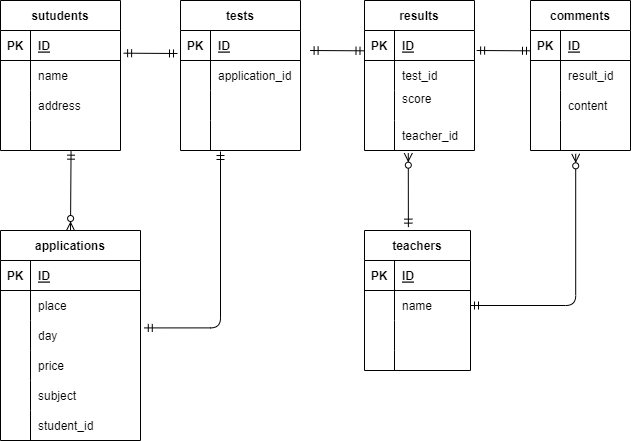
Above: 20220530tomita/ensyuu.drawio.png in tomita-dotcom/database (draw.io), before the change. Source tidied: cells renumbered, new cells last; positions are measured from the earlier drawing's top-left corner, leaving out a move shared by most shapes. Its diagram source:
```xml
<mxGraphModel>
  <root>
    <mxCell id="0" />
    <mxCell id="1" parent="0" />
    <mxCell id="2" value="sutudents" style="shape=table;startSize=30;rowLines=0;fontStyle=1;align=center;" parent="1" vertex="1">
      <mxGeometry width="120" height="150" as="geometry" />
    </mxCell>
    <mxCell id="3" style="shape=partialRectangle;fillColor=none;top=0;left=0;bottom=1;right=0;points=[[0,0.5],[1,0.5]];portConstraint=eastwest;" parent="2" vertex="1">
      <mxGeometry y="30" width="120" height="30" as="geometry" />
    </mxCell>
    <mxCell id="4" value="PK" style="shape=partialRectangle;fillColor=none;top=0;left=0;bottom=0;right=0;fontStyle=1;overflow=hidden;" parent="3" vertex="1">
      <mxGeometry width="30" height="30" as="geometry" />
    </mxCell>
    <mxCell id="5" value="ID" style="shape=partialRectangle;fillColor=none;top=0;left=0;bottom=0;right=0;align=left;spacingLeft=6;fontStyle=5;overflow=hidden;" parent="3" vertex="1">
      <mxGeometry x="30" width="90" height="30" as="geometry" />
    </mxCell>
    <mxCell id="6" style="shape=partialRectangle;fillColor=none;top=0;left=0;bottom=0;right=0;" parent="2" vertex="1">
      <mxGeometry y="60" width="120" height="30" as="geometry" />
    </mxCell>
    <mxCell id="7" style="shape=partialRectangle;fillColor=none;top=0;left=0;bottom=0;right=0;overflow=hidden;" parent="6" vertex="1">
      <mxGeometry width="30" height="30" as="geometry" />
    </mxCell>
    <mxCell id="8" value="name" style="shape=partialRectangle;fillColor=none;top=0;left=0;bottom=0;right=0;align=left;spacingLeft=6;overflow=hidden;" parent="6" vertex="1">
      <mxGeometry x="30" width="90" height="30" as="geometry" />
    </mxCell>
    <mxCell id="9" style="shape=partialRectangle;fillColor=none;top=0;left=0;bottom=0;right=0;" parent="2" vertex="1">
      <mxGeometry y="90" width="120" height="30" as="geometry" />
    </mxCell>
    <mxCell id="10" style="shape=partialRectangle;fillColor=none;top=0;left=0;bottom=0;right=0;overflow=hidden;" parent="9" vertex="1">
      <mxGeometry width="30" height="30" as="geometry" />
    </mxCell>
    <mxCell id="11" value="address" style="shape=partialRectangle;fillColor=none;top=0;left=0;bottom=0;right=0;align=left;spacingLeft=6;overflow=hidden;" parent="9" vertex="1">
      <mxGeometry x="30" width="90" height="30" as="geometry" />
    </mxCell>
    <mxCell id="12" style="shape=partialRectangle;fillColor=none;top=0;left=0;bottom=0;right=0;points=[[0,0.5],[1,0.5]];portConstraint=eastwest;" parent="2" vertex="1">
      <mxGeometry y="120" width="120" height="30" as="geometry" />
    </mxCell>
    <mxCell id="13" style="shape=partialRectangle;fillColor=none;top=0;left=0;bottom=0;right=0;overflow=hidden;" parent="12" vertex="1">
      <mxGeometry width="30" height="30" as="geometry" />
    </mxCell>
    <mxCell id="14" style="shape=partialRectangle;fillColor=none;top=0;left=0;bottom=0;right=0;align=left;spacingLeft=6;overflow=hidden;" parent="12" vertex="1">
      <mxGeometry x="30" width="90" height="30" as="geometry" />
    </mxCell>
    <mxCell id="15" value="tests" style="shape=table;startSize=30;rowLines=0;fontStyle=1;align=center;" parent="1" vertex="1">
      <mxGeometry x="180" width="120" height="150" as="geometry" />
    </mxCell>
    <mxCell id="16" style="shape=partialRectangle;fillColor=none;top=0;left=0;bottom=1;right=0;" parent="15" vertex="1">
      <mxGeometry y="30" width="120" height="30" as="geometry" />
    </mxCell>
    <mxCell id="17" value="PK" style="shape=partialRectangle;fillColor=none;top=0;left=0;bottom=0;right=0;fontStyle=1;overflow=hidden;" parent="16" vertex="1">
      <mxGeometry width="30" height="30" as="geometry" />
    </mxCell>
    <mxCell id="18" value="ID" style="shape=partialRectangle;fillColor=none;top=0;left=0;bottom=0;right=0;align=left;spacingLeft=6;fontStyle=5;overflow=hidden;" parent="16" vertex="1">
      <mxGeometry x="30" width="90" height="30" as="geometry" />
    </mxCell>
    <mxCell id="19" style="shape=partialRectangle;fillColor=none;top=0;left=0;bottom=0;right=0;" parent="15" vertex="1">
      <mxGeometry y="60" width="120" height="30" as="geometry" />
    </mxCell>
    <mxCell id="20" style="shape=partialRectangle;fillColor=none;top=0;left=0;bottom=0;right=0;overflow=hidden;" parent="19" vertex="1">
      <mxGeometry width="30" height="30" as="geometry" />
    </mxCell>
    <mxCell id="21" value="application_id" style="shape=partialRectangle;fillColor=none;top=0;left=0;bottom=0;right=0;align=left;spacingLeft=6;overflow=hidden;" parent="19" vertex="1">
      <mxGeometry x="30" width="90" height="30" as="geometry" />
    </mxCell>
    <mxCell id="22" style="shape=partialRectangle;fillColor=none;top=0;left=0;bottom=0;right=0;" parent="15" vertex="1">
      <mxGeometry y="90" width="120" height="30" as="geometry" />
    </mxCell>
    <mxCell id="23" style="shape=partialRectangle;fillColor=none;top=0;left=0;bottom=0;right=0;overflow=hidden;" parent="22" vertex="1">
      <mxGeometry width="30" height="30" as="geometry" />
    </mxCell>
    <mxCell id="24" style="shape=partialRectangle;fillColor=none;top=0;left=0;bottom=0;right=0;align=left;spacingLeft=6;overflow=hidden;" parent="22" vertex="1">
      <mxGeometry x="30" width="90" height="30" as="geometry" />
    </mxCell>
    <mxCell id="25" style="shape=partialRectangle;fillColor=none;top=0;left=0;bottom=0;right=0;" parent="15" vertex="1">
      <mxGeometry y="120" width="120" height="30" as="geometry" />
    </mxCell>
    <mxCell id="26" style="shape=partialRectangle;fillColor=none;top=0;left=0;bottom=0;right=0;overflow=hidden;" parent="25" vertex="1">
      <mxGeometry width="30" height="30" as="geometry" />
    </mxCell>
    <mxCell id="27" style="shape=partialRectangle;fillColor=none;top=0;left=0;bottom=0;right=0;align=left;spacingLeft=6;overflow=hidden;" parent="25" vertex="1">
      <mxGeometry x="30" width="90" height="30" as="geometry" />
    </mxCell>
    <mxCell id="28" value="results" style="shape=table;startSize=30;rowLines=0;fontStyle=1;align=center;" parent="1" vertex="1">
      <mxGeometry x="364" width="110" height="150" as="geometry" />
    </mxCell>
    <mxCell id="29" style="shape=partialRectangle;fillColor=none;top=0;left=0;bottom=1;right=0;" parent="28" vertex="1">
      <mxGeometry y="30" width="110" height="30" as="geometry" />
    </mxCell>
    <mxCell id="30" value="PK" style="shape=partialRectangle;fillColor=none;top=0;left=0;bottom=0;right=0;fontStyle=1;overflow=hidden;" parent="29" vertex="1">
      <mxGeometry width="30" height="30" as="geometry" />
    </mxCell>
    <mxCell id="31" value="ID" style="shape=partialRectangle;fillColor=none;top=0;left=0;bottom=0;right=0;align=left;spacingLeft=6;fontStyle=5;overflow=hidden;" parent="29" vertex="1">
      <mxGeometry x="30" width="80" height="30" as="geometry" />
    </mxCell>
    <mxCell id="32" style="shape=partialRectangle;fillColor=none;top=0;left=0;bottom=0;right=0;" parent="28" vertex="1">
      <mxGeometry y="60" width="110" height="30" as="geometry" />
    </mxCell>
    <mxCell id="33" style="shape=partialRectangle;fillColor=none;top=0;left=0;bottom=0;right=0;overflow=hidden;" parent="32" vertex="1">
      <mxGeometry width="30" height="30" as="geometry" />
    </mxCell>
    <mxCell id="34" value="test_id" style="shape=partialRectangle;fillColor=none;top=0;left=0;bottom=0;right=0;align=left;spacingLeft=6;overflow=hidden;" parent="32" vertex="1">
      <mxGeometry x="30" width="80" height="30" as="geometry" />
    </mxCell>
    <mxCell id="35" style="shape=partialRectangle;fillColor=none;top=0;left=0;bottom=0;right=0;" parent="28" vertex="1">
      <mxGeometry y="90" width="110" height="30" as="geometry" />
    </mxCell>
    <mxCell id="36" style="shape=partialRectangle;fillColor=none;top=0;left=0;bottom=0;right=0;overflow=hidden;" parent="35" vertex="1">
      <mxGeometry width="30" height="30" as="geometry" />
    </mxCell>
    <mxCell id="37" value="score&#10;" style="shape=partialRectangle;fillColor=none;top=0;left=0;bottom=0;right=0;align=left;spacingLeft=6;overflow=hidden;" parent="35" vertex="1">
      <mxGeometry x="30" width="80" height="30" as="geometry" />
    </mxCell>
    <mxCell id="38" style="shape=partialRectangle;fillColor=none;top=0;left=0;bottom=0;right=0;points=[[0,0.5],[1,0.5]];portConstraint=eastwest;" parent="28" vertex="1">
      <mxGeometry y="120" width="110" height="30" as="geometry" />
    </mxCell>
    <mxCell id="39" style="shape=partialRectangle;fillColor=none;top=0;left=0;bottom=0;right=0;overflow=hidden;" parent="38" vertex="1">
      <mxGeometry width="30" height="30" as="geometry" />
    </mxCell>
    <mxCell id="40" value="teacher_id" style="shape=partialRectangle;fillColor=none;top=0;left=0;bottom=0;right=0;align=left;spacingLeft=6;overflow=hidden;" parent="38" vertex="1">
      <mxGeometry x="30" width="80" height="30" as="geometry" />
    </mxCell>
    <mxCell id="41" value="applications" style="shape=table;startSize=30;rowLines=0;fontStyle=1;align=center;" parent="1" vertex="1">
      <mxGeometry y="230" width="140" height="210" as="geometry" />
    </mxCell>
    <mxCell id="42" style="shape=partialRectangle;fillColor=none;top=0;left=0;bottom=1;right=0;" parent="41" vertex="1">
      <mxGeometry y="30" width="140" height="30" as="geometry" />
    </mxCell>
    <mxCell id="43" value="PK" style="shape=partialRectangle;fillColor=none;top=0;left=0;bottom=0;right=0;fontStyle=1;overflow=hidden;" parent="42" vertex="1">
      <mxGeometry width="30" height="30" as="geometry" />
    </mxCell>
    <mxCell id="44" value="ID" style="shape=partialRectangle;fillColor=none;top=0;left=0;bottom=0;right=0;align=left;spacingLeft=6;fontStyle=5;overflow=hidden;" parent="42" vertex="1">
      <mxGeometry x="30" width="110" height="30" as="geometry" />
    </mxCell>
    <mxCell id="45" style="shape=partialRectangle;fillColor=none;top=0;left=0;bottom=0;right=0;" parent="41" vertex="1">
      <mxGeometry y="60" width="140" height="30" as="geometry" />
    </mxCell>
    <mxCell id="46" style="shape=partialRectangle;fillColor=none;top=0;left=0;bottom=0;right=0;overflow=hidden;" parent="45" vertex="1">
      <mxGeometry width="30" height="30" as="geometry" />
    </mxCell>
    <mxCell id="47" value="place" style="shape=partialRectangle;fillColor=none;top=0;left=0;bottom=0;right=0;align=left;spacingLeft=6;overflow=hidden;" parent="45" vertex="1">
      <mxGeometry x="30" width="110" height="30" as="geometry" />
    </mxCell>
    <mxCell id="48" style="shape=partialRectangle;fillColor=none;top=0;left=0;bottom=0;right=0;points=[[0,0.5],[1,0.5]];portConstraint=eastwest;" parent="41" vertex="1">
      <mxGeometry y="90" width="140" height="30" as="geometry" />
    </mxCell>
    <mxCell id="49" style="shape=partialRectangle;fillColor=none;top=0;left=0;bottom=0;right=0;overflow=hidden;" parent="48" vertex="1">
      <mxGeometry width="30" height="30" as="geometry" />
    </mxCell>
    <mxCell id="50" value="day" style="shape=partialRectangle;fillColor=none;top=0;left=0;bottom=0;right=0;align=left;spacingLeft=6;overflow=hidden;" parent="48" vertex="1">
      <mxGeometry x="30" width="110" height="30" as="geometry" />
    </mxCell>
    <mxCell id="51" style="shape=partialRectangle;fillColor=none;top=0;left=0;bottom=0;right=0;" parent="41" vertex="1">
      <mxGeometry y="120" width="140" height="30" as="geometry" />
    </mxCell>
    <mxCell id="52" style="shape=partialRectangle;fillColor=none;top=0;left=0;bottom=0;right=0;overflow=hidden;" parent="51" vertex="1">
      <mxGeometry width="30" height="30" as="geometry" />
    </mxCell>
    <mxCell id="53" value="price" style="shape=partialRectangle;fillColor=none;top=0;left=0;bottom=0;right=0;align=left;spacingLeft=6;overflow=hidden;" parent="51" vertex="1">
      <mxGeometry x="30" width="110" height="30" as="geometry" />
    </mxCell>
    <mxCell id="54" style="shape=partialRectangle;fillColor=none;top=0;left=0;bottom=0;right=0;" parent="41" vertex="1">
      <mxGeometry y="150" width="140" height="30" as="geometry" />
    </mxCell>
    <mxCell id="55" style="shape=partialRectangle;fillColor=none;top=0;left=0;bottom=0;right=0;overflow=hidden;" parent="54" vertex="1">
      <mxGeometry width="30" height="30" as="geometry" />
    </mxCell>
    <mxCell id="56" value="subject" style="shape=partialRectangle;fillColor=none;top=0;left=0;bottom=0;right=0;align=left;spacingLeft=6;overflow=hidden;" parent="54" vertex="1">
      <mxGeometry x="30" width="110" height="30" as="geometry" />
    </mxCell>
    <mxCell id="57" style="shape=partialRectangle;fillColor=none;top=0;left=0;bottom=0;right=0;" parent="41" vertex="1">
      <mxGeometry y="180" width="140" height="30" as="geometry" />
    </mxCell>
    <mxCell id="58" style="shape=partialRectangle;fillColor=none;top=0;left=0;bottom=0;right=0;overflow=hidden;" parent="57" vertex="1">
      <mxGeometry width="30" height="30" as="geometry" />
    </mxCell>
    <mxCell id="59" value="student_id" style="shape=partialRectangle;fillColor=none;top=0;left=0;bottom=0;right=0;align=left;spacingLeft=6;overflow=hidden;" parent="57" vertex="1">
      <mxGeometry x="30" width="110" height="30" as="geometry" />
    </mxCell>
    <mxCell id="60" value="comments" style="shape=table;startSize=30;rowLines=0;fontStyle=1;align=center;" parent="1" vertex="1">
      <mxGeometry x="530" width="100" height="150" as="geometry" />
    </mxCell>
    <mxCell id="61" style="shape=partialRectangle;fillColor=none;top=0;left=0;bottom=1;right=0;" parent="60" vertex="1">
      <mxGeometry y="30" width="100" height="30" as="geometry" />
    </mxCell>
    <mxCell id="62" value="PK" style="shape=partialRectangle;fillColor=none;top=0;left=0;bottom=0;right=0;fontStyle=1;overflow=hidden;" parent="61" vertex="1">
      <mxGeometry width="30" height="30" as="geometry" />
    </mxCell>
    <mxCell id="63" value="ID" style="shape=partialRectangle;fillColor=none;top=0;left=0;bottom=0;right=0;align=left;spacingLeft=6;fontStyle=5;overflow=hidden;" parent="61" vertex="1">
      <mxGeometry x="30" width="70" height="30" as="geometry" />
    </mxCell>
    <mxCell id="64" style="shape=partialRectangle;fillColor=none;top=0;left=0;bottom=0;right=0;" parent="60" vertex="1">
      <mxGeometry y="60" width="100" height="30" as="geometry" />
    </mxCell>
    <mxCell id="65" style="shape=partialRectangle;fillColor=none;top=0;left=0;bottom=0;right=0;overflow=hidden;" parent="64" vertex="1">
      <mxGeometry width="30" height="30" as="geometry" />
    </mxCell>
    <mxCell id="66" value="result_id" style="shape=partialRectangle;fillColor=none;top=0;left=0;bottom=0;right=0;align=left;spacingLeft=6;overflow=hidden;" parent="64" vertex="1">
      <mxGeometry x="30" width="70" height="30" as="geometry" />
    </mxCell>
    <mxCell id="67" style="shape=partialRectangle;fillColor=none;top=0;left=0;bottom=0;right=0;" parent="60" vertex="1">
      <mxGeometry y="90" width="100" height="30" as="geometry" />
    </mxCell>
    <mxCell id="68" style="shape=partialRectangle;fillColor=none;top=0;left=0;bottom=0;right=0;overflow=hidden;" parent="67" vertex="1">
      <mxGeometry width="30" height="30" as="geometry" />
    </mxCell>
    <mxCell id="69" value="content" style="shape=partialRectangle;fillColor=none;top=0;left=0;bottom=0;right=0;align=left;spacingLeft=6;overflow=hidden;" parent="67" vertex="1">
      <mxGeometry x="30" width="70" height="30" as="geometry" />
    </mxCell>
    <mxCell id="70" style="shape=partialRectangle;fillColor=none;top=0;left=0;bottom=0;right=0;points=[[0,0.5],[1,0.5]];portConstraint=eastwest;" parent="60" vertex="1">
      <mxGeometry y="120" width="100" height="30" as="geometry" />
    </mxCell>
    <mxCell id="71" style="shape=partialRectangle;fillColor=none;top=0;left=0;bottom=0;right=0;overflow=hidden;" parent="70" vertex="1">
      <mxGeometry width="30" height="30" as="geometry" />
    </mxCell>
    <mxCell id="72" style="shape=partialRectangle;fillColor=none;top=0;left=0;bottom=0;right=0;align=left;spacingLeft=6;overflow=hidden;" parent="70" vertex="1">
      <mxGeometry x="30" width="70" height="30" as="geometry" />
    </mxCell>
    <mxCell id="73" value="teachers" style="shape=table;startSize=30;rowLines=0;fontStyle=1;align=center;strokeColor=default;" parent="1" vertex="1">
      <mxGeometry x="364" y="230" width="106" height="140" as="geometry" />
    </mxCell>
    <mxCell id="74" style="shape=partialRectangle;fillColor=none;top=0;left=0;bottom=1;right=0;strokeColor=default;" parent="73" vertex="1">
      <mxGeometry y="30" width="106" height="30" as="geometry" />
    </mxCell>
    <mxCell id="75" value="PK" style="shape=partialRectangle;fillColor=none;top=0;left=0;bottom=0;right=0;fontStyle=1;overflow=hidden;strokeColor=default;" parent="74" vertex="1">
      <mxGeometry width="30" height="30" as="geometry" />
    </mxCell>
    <mxCell id="76" value="ID" style="shape=partialRectangle;fillColor=none;top=0;left=0;bottom=0;right=0;align=left;spacingLeft=6;fontStyle=5;overflow=hidden;strokeColor=default;" parent="74" vertex="1">
      <mxGeometry x="30" width="76" height="30" as="geometry" />
    </mxCell>
    <mxCell id="77" style="shape=partialRectangle;fillColor=none;top=0;left=0;bottom=0;right=0;points=[[0,0.5],[1,0.5]];portConstraint=eastwest;strokeColor=default;" parent="73" vertex="1">
      <mxGeometry y="60" width="106" height="30" as="geometry" />
    </mxCell>
    <mxCell id="78" style="shape=partialRectangle;fillColor=none;top=0;left=0;bottom=0;right=0;overflow=hidden;strokeColor=default;" parent="77" vertex="1">
      <mxGeometry width="30" height="30" as="geometry" />
    </mxCell>
    <mxCell id="79" value="name" style="shape=partialRectangle;fillColor=none;top=0;left=0;bottom=0;right=0;align=left;spacingLeft=6;overflow=hidden;strokeColor=default;" parent="77" vertex="1">
      <mxGeometry x="30" width="76" height="30" as="geometry" />
    </mxCell>
    <mxCell id="80" style="shape=partialRectangle;fillColor=none;top=0;left=0;bottom=0;right=0;strokeColor=default;" parent="73" vertex="1">
      <mxGeometry y="90" width="106" height="30" as="geometry" />
    </mxCell>
    <mxCell id="81" style="shape=partialRectangle;fillColor=none;top=0;left=0;bottom=0;right=0;overflow=hidden;strokeColor=default;" parent="80" vertex="1">
      <mxGeometry width="30" height="30" as="geometry" />
    </mxCell>
    <mxCell id="82" style="shape=partialRectangle;fillColor=none;top=0;left=0;bottom=0;right=0;align=left;spacingLeft=6;overflow=hidden;strokeColor=default;" parent="80" vertex="1">
      <mxGeometry x="30" width="76" height="30" as="geometry" />
    </mxCell>
    <mxCell id="83" style="shape=partialRectangle;fillColor=none;top=0;left=0;bottom=0;right=0;strokeColor=default;" parent="73" vertex="1">
      <mxGeometry y="120" width="106" height="20" as="geometry" />
    </mxCell>
    <mxCell id="84" style="shape=partialRectangle;fillColor=none;top=0;left=0;bottom=0;right=0;overflow=hidden;strokeColor=default;" parent="83" vertex="1">
      <mxGeometry width="30" height="20" as="geometry" />
    </mxCell>
    <mxCell id="85" style="shape=partialRectangle;fillColor=none;top=0;left=0;bottom=0;right=0;align=left;spacingLeft=6;overflow=hidden;strokeColor=default;" parent="83" vertex="1">
      <mxGeometry x="30" width="76" height="20" as="geometry" />
    </mxCell>
    <mxCell id="86" style="fontSize=1;html=1;endArrow=ERmandOne;startArrow=ERmandOne;exitX=1.026;exitY=0.756;exitDx=0;exitDy=0;exitPerimeter=0;horizontal=1;" parent="1" edge="1" source="3">
      <mxGeometry relative="1" as="geometry">
        <mxPoint x="177" y="53" as="targetPoint" />
      </mxGeometry>
    </mxCell>
    <mxCell id="87" style="fontSize=1;html=1;endArrow=ERmandOne;startArrow=ERmandOne;exitX=1.026;exitY=0.756;exitDx=0;exitDy=0;exitPerimeter=0;horizontal=1;" parent="1" edge="1">
      <mxGeometry relative="1" as="geometry">
        <mxPoint x="309.6" y="50" as="sourcePoint" />
        <mxPoint x="363.5" y="50.3" as="targetPoint" />
      </mxGeometry>
    </mxCell>
    <mxCell id="88" style="fontSize=1;html=1;endArrow=ERmandOne;startArrow=ERmandOne;exitX=1.026;exitY=0.756;exitDx=0;exitDy=0;exitPerimeter=0;horizontal=1;" parent="1" edge="1">
      <mxGeometry relative="1" as="geometry">
        <mxPoint x="476.1" y="50" as="sourcePoint" />
        <mxPoint x="530" y="50.3" as="targetPoint" />
      </mxGeometry>
    </mxCell>
    <mxCell id="89" style="fontSize=12;html=1;endArrow=ERzeroToMany;startArrow=ERmandOne;entryX=0.398;entryY=1.089;entryDx=0;entryDy=0;entryPerimeter=0;exitX=0.414;exitY=-0.024;exitDx=0;exitDy=0;exitPerimeter=0;" parent="1" edge="1" source="73" target="38">
      <mxGeometry relative="1" as="geometry" />
    </mxCell>
    <mxCell id="90" style="fontSize=12;html=1;endArrow=ERzeroToMany;startArrow=ERmandOne;entryX=0.452;entryY=1.111;entryDx=0;entryDy=0;entryPerimeter=0;exitX=1;exitY=0.5;exitDx=0;exitDy=0;edgeStyle=orthogonalEdgeStyle;" parent="1" edge="1" source="77" target="70">
      <mxGeometry relative="1" as="geometry">
        <Array as="points">
          <mxPoint x="575" y="305" />
        </Array>
      </mxGeometry>
    </mxCell>
    <mxCell id="91" style="fontSize=12;html=1;endArrow=ERzeroToMany;startArrow=ERmandOne;entryX=0.5;entryY=0;entryDx=0;entryDy=0;exitX=0.588;exitY=1.022;exitDx=0;exitDy=0;exitPerimeter=0;" parent="1" edge="1" source="12" target="41">
      <mxGeometry relative="1" as="geometry" />
    </mxCell>
    <mxCell id="92" style="fontSize=1;html=1;endArrow=ERmandOne;startArrow=ERmandOne;horizontal=1;edgeStyle=orthogonalEdgeStyle;exitX=1.027;exitY=0.247;exitDx=0;exitDy=0;exitPerimeter=0;" parent="1" edge="1" source="48">
      <mxGeometry relative="1" as="geometry">
        <mxPoint x="220" y="151" as="targetPoint" />
        <Array as="points">
          <mxPoint x="220" y="327" />
        </Array>
      </mxGeometry>
    </mxCell>
  </root>
</mxGraphModel>
```
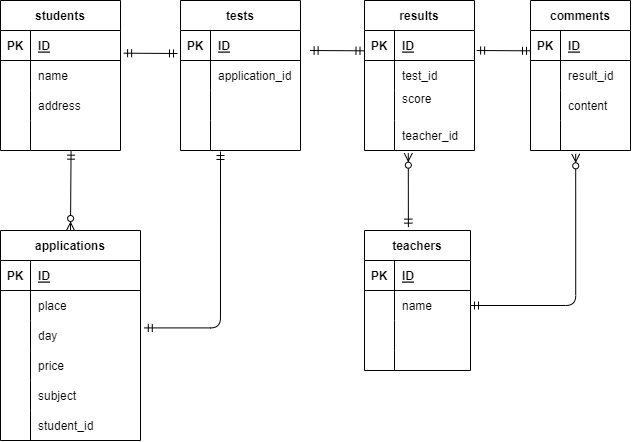
Above is the later version.

The edit, as a diff of the source:
```diff
@@ -2,7 +2,7 @@
   <root>
     <mxCell id="0" />
     <mxCell id="1" parent="0" />
-    <mxCell id="2" value="sutudents" style="shape=table;startSize=30;rowLines=0;fontStyle=1;align=center;" parent="1" vertex="1">
+    <mxCell id="2" value="students" style="shape=table;startSize=30;rowLines=0;fontStyle=1;align=center;" parent="1" vertex="1">
       <mxGeometry width="120" height="150" as="geometry" />
     </mxCell>
     <mxCell id="3" style="shape=partialRectangle;fillColor=none;top=0;left=0;bottom=1;right=0;points=[[0,0.5],[1,0.5]];portConstraint=eastwest;" parent="2" vertex="1">
```
